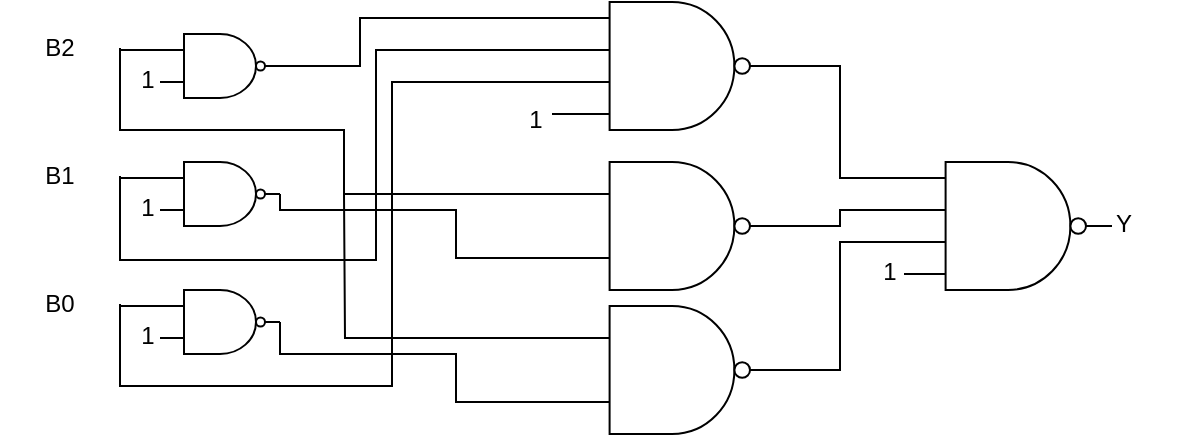
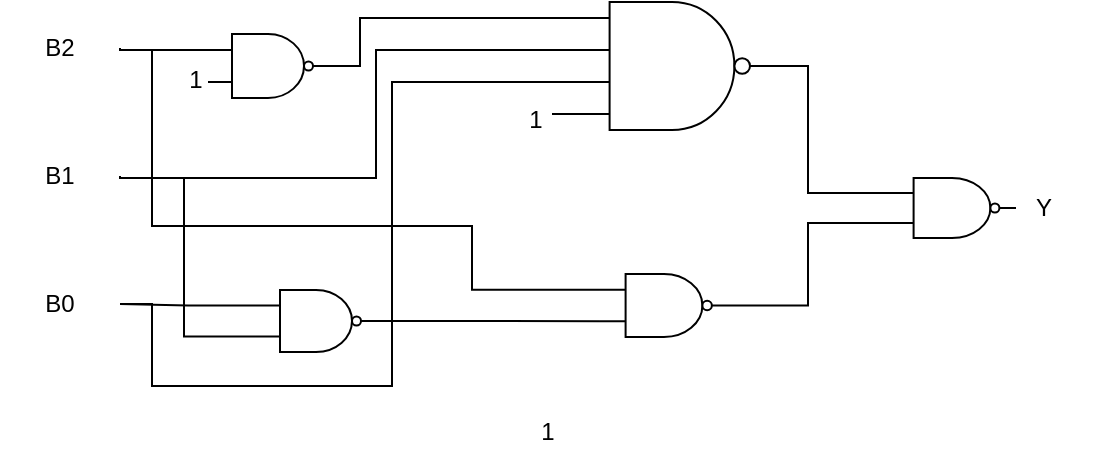
<mxfile host="app.diagrams.net" agent="Mozilla/5.0 (Windows NT 10.0; Win64; x64) AppleWebKit/537.36 (KHTML, like Gecko) Chrome/142.0.0.0 Safari/537.36 Edg/142.0.0.0">
  <diagram name="第 1 页" id="SSyZGLvfdHFejiNZ9gYk">
-     <mxGraphModel dx="568" dy="416" grid="1" gridSize="8" guides="1" tooltips="1" connect="1" arrows="1" fold="1" page="1" pageScale="1" pageWidth="827" pageHeight="1169" math="0" shadow="0">
+     <mxGraphModel dx="574" dy="286" grid="1" gridSize="8" guides="1" tooltips="1" connect="1" arrows="1" fold="1" page="1" pageScale="1" pageWidth="827" pageHeight="1169" math="0" shadow="0">
      <root>
        <mxCell id="0" />
        <mxCell id="1" parent="0" />
-         <mxCell id="LB7VPcnsJI316lUqnGeF-21" edge="1" parent="1" source="LB7VPcnsJI316lUqnGeF-11" style="edgeStyle=orthogonalEdgeStyle;rounded=0;orthogonalLoop=1;jettySize=auto;html=1;exitX=1;exitY=0.5;exitDx=0;exitDy=0;exitPerimeter=0;endArrow=none;endFill=0;entryX=0;entryY=0.125;entryDx=0;entryDy=0;entryPerimeter=0;" target="LB7VPcnsJI316lUqnGeF-20">
+         <mxCell id="LB7VPcnsJI316lUqnGeF-21" edge="1" parent="1" source="LB7VPcnsJI316lUqnGeF-11" style="edgeStyle=orthogonalEdgeStyle;rounded=0;orthogonalLoop=1;jettySize=auto;html=1;exitX=1;exitY=0.5;exitDx=0;exitDy=0;exitPerimeter=0;endArrow=none;endFill=0;entryX=0;entryY=0.25;entryDx=0;entryDy=0;entryPerimeter=0;" target="c2Ew40Mm9-tZxKYdL6Gv-2">
          <mxGeometry relative="1" as="geometry">
-             <mxPoint x="440" y="111.90476190476187" as="targetPoint" />
+             <Array as="points">
+               <mxPoint x="408" y="112" />
+               <mxPoint x="408" y="176" />
+             </Array>
+             <mxPoint x="456" y="112" as="targetPoint" />
          </mxGeometry>
        </mxCell>
        <mxCell id="LB7VPcnsJI316lUqnGeF-11" parent="1" style="verticalLabelPosition=bottom;shadow=0;dashed=0;align=center;html=1;verticalAlign=top;shape=mxgraph.electrical.logic_gates.logic_gate;operation=and;negating=1;negSize=0.15;numInputs=4;" value="" vertex="1">
          <mxGeometry height="64" width="104" x="288" y="80" as="geometry" />
        </mxCell>
        <mxCell id="LB7VPcnsJI316lUqnGeF-12" edge="1" parent="1" source="LB7VPcnsJI316lUqnGeF-11" style="endArrow=none;html=1;rounded=0;exitX=0;exitY=0.875;exitDx=0;exitDy=0;exitPerimeter=0;" value="">
          <mxGeometry height="50" relative="1" width="50" as="geometry">
            <mxPoint x="328" y="136" as="sourcePoint" />
            <mxPoint x="280" y="136" as="targetPoint" />
          </mxGeometry>
        </mxCell>
        <mxCell id="LB7VPcnsJI316lUqnGeF-13" edge="1" parent="1" source="LB7VPcnsJI316lUqnGeF-11" style="endArrow=none;html=1;rounded=0;exitX=0;exitY=0.625;exitDx=0;exitDy=0;exitPerimeter=0;" value="">
          <mxGeometry height="50" relative="1" width="50" as="geometry">
            <mxPoint x="330" y="120" as="sourcePoint" />
            <mxPoint x="280" y="120" as="targetPoint" />
          </mxGeometry>
        </mxCell>
        <mxCell id="LB7VPcnsJI316lUqnGeF-14" edge="1" parent="1" source="LB7VPcnsJI316lUqnGeF-11" style="endArrow=none;html=1;rounded=0;exitX=0;exitY=0.375;exitDx=0;exitDy=0;exitPerimeter=0;" value="">
          <mxGeometry height="50" relative="1" width="50" as="geometry">
            <mxPoint x="330" y="104" as="sourcePoint" />
            <mxPoint x="280" y="104" as="targetPoint" />
          </mxGeometry>
        </mxCell>
        <mxCell id="LB7VPcnsJI316lUqnGeF-15" edge="1" parent="1" source="LB7VPcnsJI316lUqnGeF-11" style="endArrow=none;html=1;rounded=0;exitX=0;exitY=0.125;exitDx=0;exitDy=0;exitPerimeter=0;" value="">
          <mxGeometry height="50" relative="1" width="50" as="geometry">
            <mxPoint x="328" y="88" as="sourcePoint" />
            <mxPoint x="280" y="88" as="targetPoint" />
          </mxGeometry>
        </mxCell>
        <mxCell id="LB7VPcnsJI316lUqnGeF-16" parent="1" style="text;html=1;whiteSpace=wrap;strokeColor=none;fillColor=none;align=center;verticalAlign=middle;rounded=0;" value="1" vertex="1">
          <mxGeometry height="22" width="32" x="256" y="128" as="geometry" />
        </mxCell>
-         <mxCell id="LB7VPcnsJI316lUqnGeF-18" parent="1" style="verticalLabelPosition=bottom;shadow=0;dashed=0;align=center;html=1;verticalAlign=top;shape=mxgraph.electrical.logic_gates.logic_gate;operation=and;negating=1;negSize=0.15;" value="" vertex="1">
-           <mxGeometry height="64" width="104" x="288" y="160" as="geometry" />
-         </mxCell>
-         <mxCell id="LB7VPcnsJI316lUqnGeF-47" edge="1" parent="1" source="LB7VPcnsJI316lUqnGeF-19" style="edgeStyle=orthogonalEdgeStyle;rounded=0;orthogonalLoop=1;jettySize=auto;html=1;exitX=0;exitY=0.25;exitDx=0;exitDy=0;exitPerimeter=0;endArrow=none;endFill=0;">
+         <mxCell id="LB7VPcnsJI316lUqnGeF-47" edge="1" parent="1" source="c2Ew40Mm9-tZxKYdL6Gv-9" style="edgeStyle=orthogonalEdgeStyle;rounded=0;orthogonalLoop=1;jettySize=auto;html=1;exitX=0;exitY=0.25;exitDx=0;exitDy=0;exitPerimeter=0;endArrow=none;endFill=0;">
          <mxGeometry relative="1" as="geometry">
-             <mxPoint x="176" y="176" as="targetPoint" />
+             <Array as="points">
+               <mxPoint x="240" y="223" />
+               <mxPoint x="240" y="192" />
+               <mxPoint x="80" y="192" />
+             </Array>
+             <mxPoint x="288" y="208" as="sourcePoint" />
+             <mxPoint x="80" y="104" as="targetPoint" />
          </mxGeometry>
        </mxCell>
-         <mxCell id="LB7VPcnsJI316lUqnGeF-19" parent="1" style="verticalLabelPosition=bottom;shadow=0;dashed=0;align=center;html=1;verticalAlign=top;shape=mxgraph.electrical.logic_gates.logic_gate;operation=and;negating=1;negSize=0.15;" value="" vertex="1">
-           <mxGeometry height="64" width="104" x="288" y="232" as="geometry" />
-         </mxCell>
-         <mxCell id="LB7VPcnsJI316lUqnGeF-20" parent="1" style="verticalLabelPosition=bottom;shadow=0;dashed=0;align=center;html=1;verticalAlign=top;shape=mxgraph.electrical.logic_gates.logic_gate;operation=and;negating=1;negSize=0.15;numInputs=4;" value="" vertex="1">
-           <mxGeometry height="64" width="104" x="456" y="160" as="geometry" />
-         </mxCell>
-         <mxCell id="LB7VPcnsJI316lUqnGeF-24" edge="1" parent="1" source="LB7VPcnsJI316lUqnGeF-18" style="edgeStyle=orthogonalEdgeStyle;rounded=0;orthogonalLoop=1;jettySize=auto;html=1;exitX=1;exitY=0.5;exitDx=0;exitDy=0;exitPerimeter=0;entryX=0;entryY=0.375;entryDx=0;entryDy=0;entryPerimeter=0;endArrow=none;endFill=0;" target="LB7VPcnsJI316lUqnGeF-20">
-           <mxGeometry relative="1" as="geometry" />
-         </mxCell>
-         <mxCell id="LB7VPcnsJI316lUqnGeF-25" edge="1" parent="1" source="LB7VPcnsJI316lUqnGeF-19" style="edgeStyle=orthogonalEdgeStyle;rounded=0;orthogonalLoop=1;jettySize=auto;html=1;exitX=1;exitY=0.5;exitDx=0;exitDy=0;exitPerimeter=0;entryX=0;entryY=0.625;entryDx=0;entryDy=0;entryPerimeter=0;endArrow=none;endFill=0;" target="LB7VPcnsJI316lUqnGeF-20">
-           <mxGeometry relative="1" as="geometry" />
-         </mxCell>
-         <mxCell id="LB7VPcnsJI316lUqnGeF-26" parent="1" style="text;html=1;whiteSpace=wrap;strokeColor=none;fillColor=none;align=center;verticalAlign=middle;rounded=0;" value="1" vertex="1">
-           <mxGeometry height="30" width="60" x="419" y="200" as="geometry" />
-         </mxCell>
-         <mxCell id="LB7VPcnsJI316lUqnGeF-38" edge="1" parent="1" source="LB7VPcnsJI316lUqnGeF-27" style="edgeStyle=orthogonalEdgeStyle;rounded=0;orthogonalLoop=1;jettySize=auto;html=1;exitX=1;exitY=0.5;exitDx=0;exitDy=0;endArrow=none;endFill=0;entryX=0;entryY=0.25;entryDx=0;entryDy=0;entryPerimeter=0;" target="LB7VPcnsJI316lUqnGeF-18">
+         <mxCell id="LB7VPcnsJI316lUqnGeF-25" edge="1" parent="1" source="c2Ew40Mm9-tZxKYdL6Gv-9" style="edgeStyle=orthogonalEdgeStyle;rounded=0;orthogonalLoop=1;jettySize=auto;html=1;exitX=1;exitY=0.5;exitDx=0;exitDy=0;exitPerimeter=0;entryX=0;entryY=0.75;entryDx=0;entryDy=0;entryPerimeter=0;endArrow=none;endFill=0;" target="c2Ew40Mm9-tZxKYdL6Gv-2">
          <mxGeometry relative="1" as="geometry">
-             <Array as="points">
-               <mxPoint x="64" y="144" />
-               <mxPoint x="176" y="144" />
-               <mxPoint x="176" y="176" />
-             </Array>
-             <mxPoint x="58" y="136" as="sourcePoint" />
-             <mxPoint x="176" y="144" as="targetPoint" />
+             <mxPoint x="392" y="232" as="sourcePoint" />
+             <mxPoint x="456" y="208" as="targetPoint" />
          </mxGeometry>
        </mxCell>
        <mxCell id="LB7VPcnsJI316lUqnGeF-27" parent="1" style="text;html=1;whiteSpace=wrap;strokeColor=none;fillColor=none;align=center;verticalAlign=middle;rounded=0;" value="B2" vertex="1">
          <mxGeometry height="30" width="60" x="4" y="88" as="geometry" />
        </mxCell>
        <mxCell id="LB7VPcnsJI316lUqnGeF-28" parent="1" style="text;html=1;whiteSpace=wrap;strokeColor=none;fillColor=none;align=center;verticalAlign=middle;rounded=0;" value="B1" vertex="1">
          <mxGeometry height="30" width="60" x="4" y="152" as="geometry" />
        </mxCell>
        <mxCell id="LB7VPcnsJI316lUqnGeF-29" parent="1" style="text;html=1;whiteSpace=wrap;strokeColor=none;fillColor=none;align=center;verticalAlign=middle;rounded=0;" value="B0" vertex="1">
          <mxGeometry height="30" width="60" x="4" y="216" as="geometry" />
        </mxCell>
        <mxCell id="LB7VPcnsJI316lUqnGeF-33" edge="1" parent="1" source="LB7VPcnsJI316lUqnGeF-30" style="edgeStyle=orthogonalEdgeStyle;rounded=0;orthogonalLoop=1;jettySize=auto;html=1;exitX=0;exitY=0.25;exitDx=0;exitDy=0;exitPerimeter=0;entryX=1;entryY=0.5;entryDx=0;entryDy=0;endArrow=none;endFill=0;" target="LB7VPcnsJI316lUqnGeF-27">
          <mxGeometry relative="1" as="geometry">
            <Array as="points">
              <mxPoint x="64" y="104" />
            </Array>
          </mxGeometry>
        </mxCell>
        <mxCell id="LB7VPcnsJI316lUqnGeF-42" edge="1" parent="1" source="LB7VPcnsJI316lUqnGeF-30" style="edgeStyle=orthogonalEdgeStyle;rounded=0;orthogonalLoop=1;jettySize=auto;html=1;exitX=1;exitY=0.5;exitDx=0;exitDy=0;exitPerimeter=0;endArrow=none;endFill=0;">
          <mxGeometry relative="1" as="geometry">
            <Array as="points">
              <mxPoint x="184" y="112" />
              <mxPoint x="184" y="88" />
            </Array>
            <mxPoint x="280" y="88" as="targetPoint" />
          </mxGeometry>
        </mxCell>
        <mxCell id="LB7VPcnsJI316lUqnGeF-30" parent="1" style="verticalLabelPosition=bottom;shadow=0;dashed=0;align=center;html=1;verticalAlign=top;shape=mxgraph.electrical.logic_gates.logic_gate;operation=and;negating=1;negSize=0.15;" value="" vertex="1">
-           <mxGeometry height="32" width="60" x="84" y="96" as="geometry" />
-         </mxCell>
-         <mxCell id="LB7VPcnsJI316lUqnGeF-34" edge="1" parent="1" source="LB7VPcnsJI316lUqnGeF-31" style="edgeStyle=orthogonalEdgeStyle;rounded=0;orthogonalLoop=1;jettySize=auto;html=1;exitX=0;exitY=0.25;exitDx=0;exitDy=0;exitPerimeter=0;entryX=1;entryY=0.5;entryDx=0;entryDy=0;startArrow=none;startFill=0;endArrow=none;endFill=0;" target="LB7VPcnsJI316lUqnGeF-28">
-           <mxGeometry relative="1" as="geometry" />
-         </mxCell>
-         <mxCell id="LB7VPcnsJI316lUqnGeF-31" parent="1" style="verticalLabelPosition=bottom;shadow=0;dashed=0;align=center;html=1;verticalAlign=top;shape=mxgraph.electrical.logic_gates.logic_gate;operation=and;negating=1;negSize=0.15;" value="" vertex="1">
-           <mxGeometry height="32" width="60" x="84" y="160" as="geometry" />
+           <mxGeometry height="32" width="60" x="108" y="96" as="geometry" />
        </mxCell>
        <mxCell id="LB7VPcnsJI316lUqnGeF-32" parent="1" style="verticalLabelPosition=bottom;shadow=0;dashed=0;align=center;html=1;verticalAlign=top;shape=mxgraph.electrical.logic_gates.logic_gate;operation=and;negating=1;negSize=0.15;" value="" vertex="1">
-           <mxGeometry height="32" width="60" x="84" y="224" as="geometry" />
+           <mxGeometry height="31" width="60" x="132" y="224" as="geometry" />
        </mxCell>
        <mxCell id="LB7VPcnsJI316lUqnGeF-39" edge="1" parent="1" source="LB7VPcnsJI316lUqnGeF-28" style="edgeStyle=orthogonalEdgeStyle;rounded=0;orthogonalLoop=1;jettySize=auto;html=1;exitX=1;exitY=0.5;exitDx=0;exitDy=0;endArrow=none;endFill=0;">
          <mxGeometry relative="1" as="geometry">
            <Array as="points">
-               <mxPoint x="64" y="209" />
-               <mxPoint x="192" y="209" />
+               <mxPoint x="64" y="168" />
+               <mxPoint x="192" y="168" />
              <mxPoint x="192" y="104" />
            </Array>
            <mxPoint x="72" y="192" as="sourcePoint" />
            <mxPoint x="280" y="104" as="targetPoint" />
          </mxGeometry>
        </mxCell>
        <mxCell id="LB7VPcnsJI316lUqnGeF-40" edge="1" parent="1" source="LB7VPcnsJI316lUqnGeF-29" style="edgeStyle=orthogonalEdgeStyle;rounded=0;orthogonalLoop=1;jettySize=auto;html=1;exitX=1;exitY=0.5;exitDx=0;exitDy=0;endArrow=none;endFill=0;">
          <mxGeometry relative="1" as="geometry">
            <Array as="points">
-               <mxPoint x="64" y="272" />
+               <mxPoint x="80" y="231" />
+               <mxPoint x="80" y="272" />
              <mxPoint x="200" y="272" />
              <mxPoint x="200" y="120" />
            </Array>
            <mxPoint x="64" y="232" as="sourcePoint" />
            <mxPoint x="280" y="120" as="targetPoint" />
          </mxGeometry>
        </mxCell>
        <mxCell id="LB7VPcnsJI316lUqnGeF-41" edge="1" parent="1" source="LB7VPcnsJI316lUqnGeF-32" style="edgeStyle=orthogonalEdgeStyle;rounded=0;orthogonalLoop=1;jettySize=auto;html=1;exitX=0;exitY=0.25;exitDx=0;exitDy=0;exitPerimeter=0;entryX=1;entryY=0.5;entryDx=0;entryDy=0;endArrow=none;endFill=0;" target="LB7VPcnsJI316lUqnGeF-29">
          <mxGeometry relative="1" as="geometry" />
        </mxCell>
        <mxCell id="LB7VPcnsJI316lUqnGeF-43" parent="1" style="text;html=1;whiteSpace=wrap;strokeColor=none;fillColor=none;align=center;verticalAlign=middle;rounded=0;" value="1" vertex="1">
-           <mxGeometry height="30" width="60" x="48" y="104" as="geometry" />
+           <mxGeometry height="30" width="60" x="72" y="104" as="geometry" />
        </mxCell>
-         <mxCell id="LB7VPcnsJI316lUqnGeF-44" parent="1" style="text;html=1;whiteSpace=wrap;strokeColor=none;fillColor=none;align=center;verticalAlign=middle;rounded=0;" value="1" vertex="1">
-           <mxGeometry height="30" width="60" x="48" y="168" as="geometry" />
-         </mxCell>
-         <mxCell id="LB7VPcnsJI316lUqnGeF-45" parent="1" style="text;html=1;whiteSpace=wrap;strokeColor=none;fillColor=none;align=center;verticalAlign=middle;rounded=0;" value="1" vertex="1">
-           <mxGeometry height="30" width="60" x="48" y="232" as="geometry" />
-         </mxCell>
-         <mxCell id="LB7VPcnsJI316lUqnGeF-48" edge="1" parent="1" source="LB7VPcnsJI316lUqnGeF-31" style="edgeStyle=orthogonalEdgeStyle;rounded=0;orthogonalLoop=1;jettySize=auto;html=1;exitX=1;exitY=0.5;exitDx=0;exitDy=0;exitPerimeter=0;entryX=0;entryY=0.75;entryDx=0;entryDy=0;entryPerimeter=0;endArrow=none;endFill=0;" target="LB7VPcnsJI316lUqnGeF-18">
+         <mxCell id="c2Ew40Mm9-tZxKYdL6Gv-4" edge="1" parent="1" source="LB7VPcnsJI316lUqnGeF-32" style="edgeStyle=orthogonalEdgeStyle;rounded=0;orthogonalLoop=1;jettySize=auto;html=1;exitX=0;exitY=0.75;exitDx=0;exitDy=0;endArrow=none;endFill=0;exitPerimeter=0;entryX=1;entryY=0.5;entryDx=0;entryDy=0;" target="LB7VPcnsJI316lUqnGeF-28">
          <mxGeometry relative="1" as="geometry">
            <Array as="points">
-               <mxPoint x="144" y="184" />
-               <mxPoint x="232" y="184" />
-               <mxPoint x="232" y="208" />
+               <mxPoint x="96" y="247" />
+               <mxPoint x="96" y="168" />
+               <mxPoint x="64" y="168" />
            </Array>
-           </mxGeometry>
-         </mxCell>
-         <mxCell id="LB7VPcnsJI316lUqnGeF-49" edge="1" parent="1" source="LB7VPcnsJI316lUqnGeF-32" style="edgeStyle=orthogonalEdgeStyle;rounded=0;orthogonalLoop=1;jettySize=auto;html=1;exitX=1;exitY=0.5;exitDx=0;exitDy=0;exitPerimeter=0;entryX=0;entryY=0.75;entryDx=0;entryDy=0;entryPerimeter=0;endArrow=none;endFill=0;" target="LB7VPcnsJI316lUqnGeF-19">
-           <mxGeometry relative="1" as="geometry">
-             <Array as="points">
-               <mxPoint x="144" y="256" />
-               <mxPoint x="232" y="256" />
-               <mxPoint x="232" y="280" />
-             </Array>
+             <mxPoint x="108" y="247" as="sourcePoint" />
+             <mxPoint x="88" y="168" as="targetPoint" />
          </mxGeometry>
        </mxCell>
        <mxCell id="LB7VPcnsJI316lUqnGeF-50" parent="1" style="text;html=1;whiteSpace=wrap;strokeColor=none;fillColor=none;align=center;verticalAlign=middle;rounded=0;" value="Y" vertex="1">
-           <mxGeometry height="30" width="60" x="536" y="176" as="geometry" />
+           <mxGeometry height="30" width="60" x="496" y="168" as="geometry" />
+         </mxCell>
+         <mxCell id="c2Ew40Mm9-tZxKYdL6Gv-2" parent="1" style="verticalLabelPosition=bottom;shadow=0;dashed=0;align=center;html=1;verticalAlign=top;shape=mxgraph.electrical.logic_gates.logic_gate;operation=and;negating=1;negSize=0.15;" value="" vertex="1">
+           <mxGeometry height="30" width="64" x="448" y="168" as="geometry" />
+         </mxCell>
+         <mxCell id="c2Ew40Mm9-tZxKYdL6Gv-3" parent="1" style="text;html=1;whiteSpace=wrap;strokeColor=none;fillColor=none;align=center;verticalAlign=middle;rounded=0;" value="1" vertex="1">
+           <mxGeometry height="30" width="60" x="248" y="280" as="geometry" />
+         </mxCell>
+         <mxCell id="c2Ew40Mm9-tZxKYdL6Gv-8" edge="1" parent="1" source="LB7VPcnsJI316lUqnGeF-32" style="edgeStyle=orthogonalEdgeStyle;rounded=0;orthogonalLoop=1;jettySize=auto;html=1;exitX=1;exitY=0.5;exitDx=0;exitDy=0;exitPerimeter=0;endArrow=none;endFill=0;entryX=0;entryY=0.75;entryDx=0;entryDy=0;entryPerimeter=0;" target="c2Ew40Mm9-tZxKYdL6Gv-9">
+           <mxGeometry relative="1" as="geometry">
+             <mxPoint x="288" y="240" as="targetPoint" />
+           </mxGeometry>
+         </mxCell>
+         <mxCell id="c2Ew40Mm9-tZxKYdL6Gv-9" parent="1" style="verticalLabelPosition=bottom;shadow=0;dashed=0;align=center;html=1;verticalAlign=top;shape=mxgraph.electrical.logic_gates.logic_gate;operation=and;negating=1;negSize=0.15;" value="" vertex="1">
+           <mxGeometry height="31.5" width="64" x="304" y="216" as="geometry" />
        </mxCell>
      </root>
    </mxGraphModel>
  </diagram>
</mxfile>
